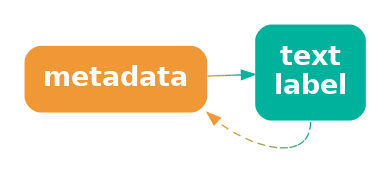
Earlier version of the Graphviz export Diagrams/meta-label.png (pmur002/hdvw). Its source is kept beside it as Diagrams/meta-label.dot.
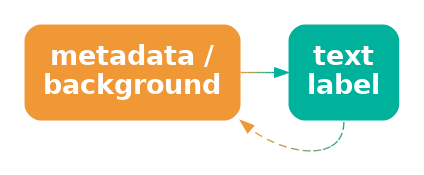
Above is the later version.

Diff of the diagram source:
```diff
@@ -1,7 +1,7 @@
 digraph {
   graph [ rankdir=LR; margin=.2; nodesep=.5 ];
   node [ fontsize=20; fontname="sans bold"; margin=.2 ];
-  meta [ label="metadata\n"; shape=box; style="filled, rounded"; penwidth=0; fontcolor=white; fillcolor="#F09736" ]
+  meta [ label="metadata /\nbackground"; shape=box; style="filled, rounded"; penwidth=0; fontcolor=white; fillcolor="#F09736" ]
   label [ label="text\nlabel"; shape=box;
        style="filled, rounded"; penwidth=0; fontcolor=white; fillcolor="#00B19B" ]
   meta -> label [ color="#F09736;0.1:#D59A41;0.1:#BB9D4C;0.1:#A0A058;0.1:#85A363;0.1:#6BA56E;0.1:#50A879;0.1:#35AB85;0.1:#1BAE90;0.1:#00B19B;0.1" ]
```
